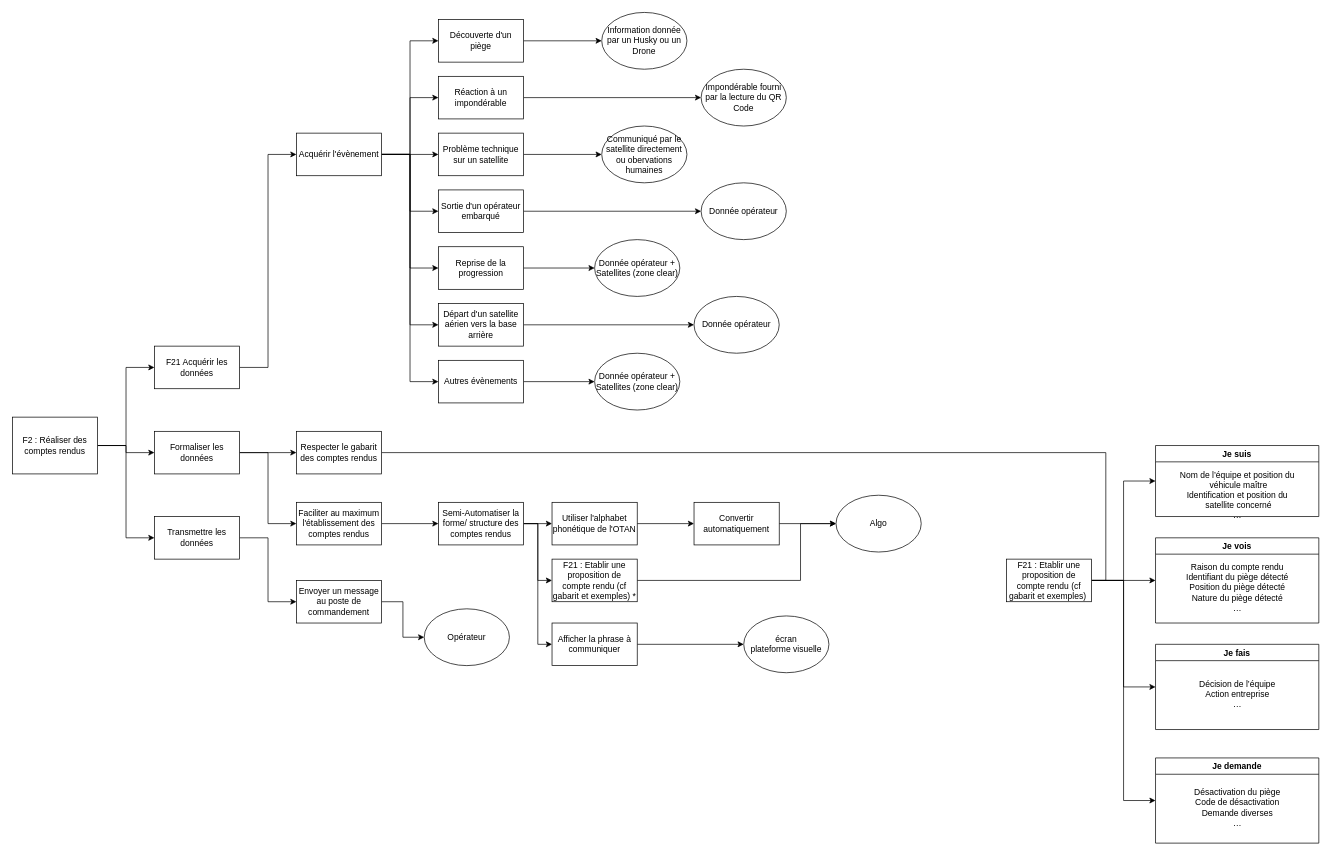
annieliu52/CoHoMa keeps this draw.io diagram as Diagrammes/F21.drawio. Above is the earlier version. Source tidied: cells renumbered, new cells numbered last; positions are measured from the earlier drawing's top-left corner, leaving out a move shared by most shapes. Both pictures are drawn from the tidied source at 71%, with x=0, y=0 at pixel (12, 12).
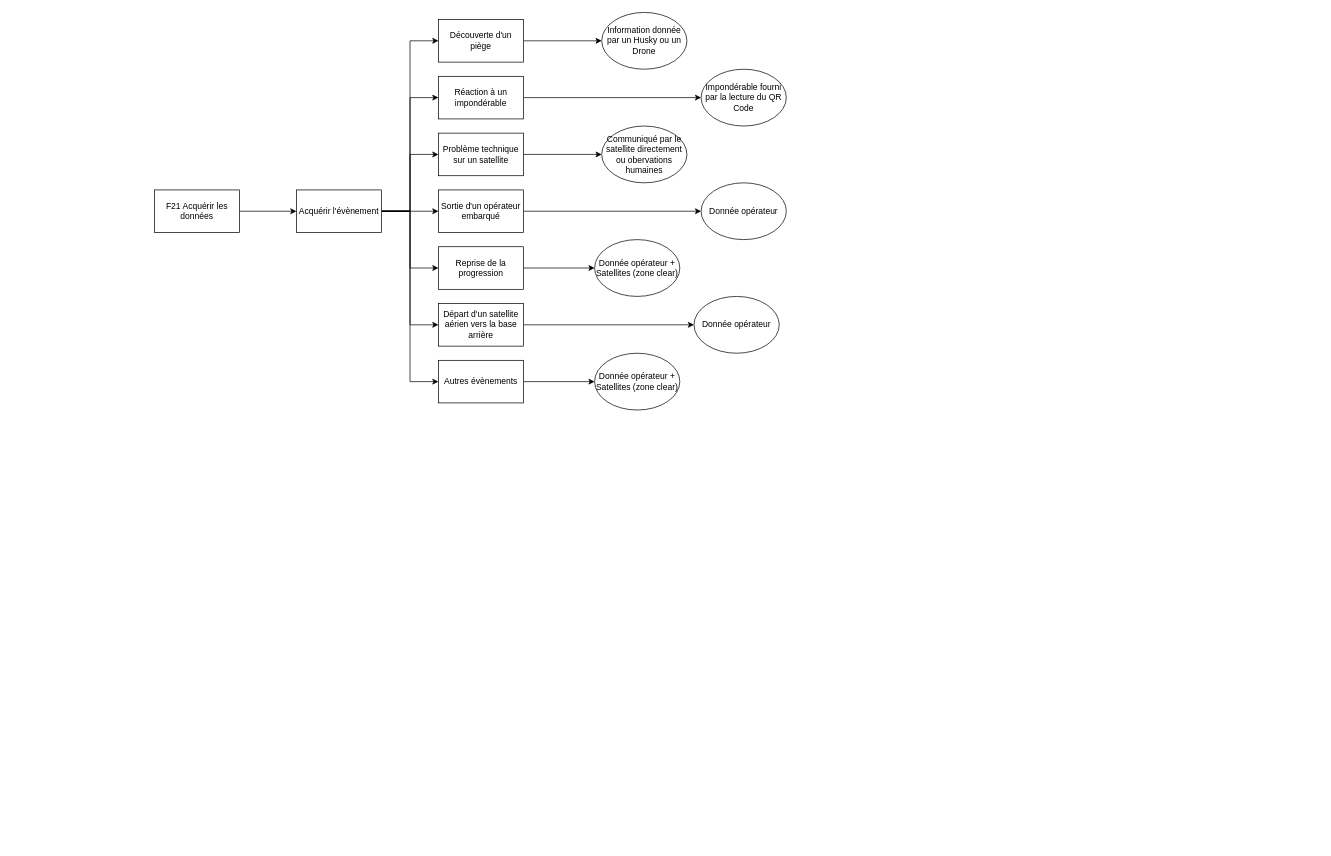
The same diagram, later.

What changed in the source:
```diff
@@
-    <mxCell id="2" style="edgeStyle=orthogonalEdgeStyle;rounded=0;jettySize=auto;html=1;exitX=1;exitY=0.5;exitDx=0;exitDy=0;entryX=0;entryY=0.5;entryDx=0;entryDy=0;" parent="1" edge="1" source="5" target="7">
-      <mxGeometry relative="1" as="geometry" />
-    </mxCell>
-    <mxCell id="3" style="edgeStyle=orthogonalEdgeStyle;rounded=0;jettySize=auto;html=1;exitX=1;exitY=0.5;exitDx=0;exitDy=0;entryX=0;entryY=0.5;entryDx=0;entryDy=0;" parent="1" edge="1" source="5" target="10">
-      <mxGeometry relative="1" as="geometry" />
-    </mxCell>
-    <mxCell id="4" style="edgeStyle=orthogonalEdgeStyle;rounded=0;jettySize=auto;html=1;exitX=1;exitY=0.5;exitDx=0;exitDy=0;entryX=0;entryY=0.5;entryDx=0;entryDy=0;" parent="1" edge="1" source="5" target="12">
-      <mxGeometry relative="1" as="geometry" />
-    </mxCell>
-    <mxCell id="5" value="F2 : Réaliser des comptes rendus" style="rounded=0;whiteSpace=wrap;html=1;" parent="1" vertex="1">
-      <mxGeometry y="570" width="120" height="80" as="geometry" />
-    </mxCell>
@@
     <mxCell id="7" value="F21 Acquérir les données" style="rounded=0;whiteSpace=wrap;html=1;" parent="1" vertex="1">
-      <mxGeometry x="200" y="470" width="120" height="60" as="geometry" />
+      <mxGeometry x="200" y="250" width="120" height="60" as="geometry" />
     </mxCell>
-    <mxCell id="8" style="edgeStyle=orthogonalEdgeStyle;rounded=0;jettySize=auto;html=1;exitX=1;exitY=0.5;exitDx=0;exitDy=0;entryX=0;entryY=0.5;entryDx=0;entryDy=0;" parent="1" edge="1" source="10" target="14">
-      <mxGeometry relative="1" as="geometry" />
-    </mxCell>
-    <mxCell id="9" style="edgeStyle=orthogonalEdgeStyle;rounded=0;jettySize=auto;html=1;exitX=1;exitY=0.5;exitDx=0;exitDy=0;entryX=0;entryY=0.5;entryDx=0;entryDy=0;" parent="1" edge="1" source="10" target="24">
-      <mxGeometry relative="1" as="geometry" />
-    </mxCell>
-    <mxCell id="10" value="Formaliser les données" style="rounded=0;whiteSpace=wrap;html=1;" parent="1" vertex="1">
-      <mxGeometry x="200" y="590" width="120" height="60" as="geometry" />
-    </mxCell>
-    <mxCell id="11" style="edgeStyle=orthogonalEdgeStyle;rounded=0;jettySize=auto;html=1;exitX=1;exitY=0.5;exitDx=0;exitDy=0;entryX=0;entryY=0.5;entryDx=0;entryDy=0;endArrow=classic;endFill=1;" parent="1" edge="1" source="12" target="74">
-      <mxGeometry relative="1" as="geometry" />
-    </mxCell>
-    <mxCell id="12" value="Transmettre les données" style="rounded=0;whiteSpace=wrap;html=1;" parent="1" vertex="1">
-      <mxGeometry x="200" y="710" width="120" height="60" as="geometry" />
-    </mxCell>
-    <mxCell id="13" style="edgeStyle=orthogonalEdgeStyle;rounded=0;jettySize=auto;html=1;exitX=1;exitY=0.5;exitDx=0;exitDy=0;entryX=1;entryY=0.5;entryDx=0;entryDy=0;endArrow=none;endFill=0;" parent="1" edge="1" source="14" target="64">
-      <mxGeometry relative="1" as="geometry" />
-    </mxCell>
-    <mxCell id="14" value="Respecter le gabarit des comptes rendus" style="rounded=0;whiteSpace=wrap;html=1;" parent="1" vertex="1">
-      <mxGeometry x="400" y="590" width="120" height="60" as="geometry" />
-    </mxCell>
@@
     <mxCell id="22" value="Acquérir l'évènement" style="rounded=0;whiteSpace=wrap;html=1;" parent="1" vertex="1">
-      <mxGeometry x="400" y="170" width="120" height="60" as="geometry" />
+      <mxGeometry x="400" y="250" width="120" height="60" as="geometry" />
     </mxCell>
-    <mxCell id="23" style="edgeStyle=orthogonalEdgeStyle;rounded=0;jettySize=auto;html=1;exitX=1;exitY=0.5;exitDx=0;exitDy=0;entryX=0;entryY=0.5;entryDx=0;entryDy=0;" parent="1" edge="1" source="24" target="49">
-      <mxGeometry relative="1" as="geometry" />
-    </mxCell>
-    <mxCell id="24" value="Faciliter au maximum l'établissement des comptes rendus" style="rounded=0;whiteSpace=wrap;html=1;" parent="1" vertex="1">
-      <mxGeometry x="400" y="690" width="120" height="60" as="geometry" />
-    </mxCell>
@@
-    <mxCell id="46" style="edgeStyle=orthogonalEdgeStyle;rounded=0;jettySize=auto;html=1;exitX=1;exitY=0.5;exitDx=0;exitDy=0;entryX=0;entryY=0.5;entryDx=0;entryDy=0;" parent="1" edge="1" source="49" target="51">
-      <mxGeometry relative="1" as="geometry" />
-    </mxCell>
-    <mxCell id="47" style="edgeStyle=orthogonalEdgeStyle;rounded=0;jettySize=auto;html=1;exitX=1;exitY=0.5;exitDx=0;exitDy=0;entryX=0;entryY=0.5;entryDx=0;entryDy=0;" parent="1" edge="1" source="49" target="53">
-      <mxGeometry relative="1" as="geometry" />
-    </mxCell>
-    <mxCell id="48" style="edgeStyle=orthogonalEdgeStyle;rounded=0;jettySize=auto;html=1;exitX=1;exitY=0.5;exitDx=0;exitDy=0;entryX=0;entryY=0.5;entryDx=0;entryDy=0;" parent="1" edge="1" source="49" target="55">
-      <mxGeometry relative="1" as="geometry" />
-    </mxCell>
-    <mxCell id="49" value="Semi-Automatiser la forme/ structure des comptes rendus" style="rounded=0;whiteSpace=wrap;html=1;" parent="1" vertex="1">
-      <mxGeometry x="600" y="690" width="120" height="60" as="geometry" />
-    </mxCell>
-    <mxCell id="50" style="edgeStyle=orthogonalEdgeStyle;rounded=0;jettySize=auto;html=1;exitX=1;exitY=0.5;exitDx=0;exitDy=0;entryX=0;entryY=0.5;entryDx=0;entryDy=0;" parent="1" edge="1" source="51" target="58">
-      <mxGeometry relative="1" as="geometry" />
-    </mxCell>
-    <mxCell id="51" value="Utiliser l'alphabet phonétique de l'OTAN" style="rounded=0;whiteSpace=wrap;html=1;" parent="1" vertex="1">
-      <mxGeometry x="760" y="690" width="120" height="60" as="geometry" />
-    </mxCell>
-    <mxCell id="52" style="edgeStyle=orthogonalEdgeStyle;rounded=0;jettySize=auto;html=1;exitX=1;exitY=0.5;exitDx=0;exitDy=0;entryX=0;entryY=0.5;entryDx=0;entryDy=0;" parent="1" edge="1" source="53" target="59">
-      <mxGeometry relative="1" as="geometry">
-        <Array as="points">
-          <mxPoint x="1110" y="800" />
-          <mxPoint x="1110" y="720" />
-        </Array>
-      </mxGeometry>
-    </mxCell>
-    <mxCell id="53" value="F21 : Etablir une proposition de compte rendu (cf gabarit et exemples) *" style="rounded=0;whiteSpace=wrap;html=1;" parent="1" vertex="1">
-      <mxGeometry x="760" y="770" width="120" height="60" as="geometry" />
-    </mxCell>
-    <mxCell id="54" style="edgeStyle=orthogonalEdgeStyle;rounded=0;jettySize=auto;html=1;exitX=1;exitY=0.5;exitDx=0;exitDy=0;entryX=0;entryY=0.5;entryDx=0;entryDy=0;" parent="1" edge="1" source="55" target="56">
-      <mxGeometry relative="1" as="geometry" />
-    </mxCell>
-    <mxCell id="55" value="Afficher la phrase à communiquer" style="rounded=0;whiteSpace=wrap;html=1;" parent="1" vertex="1">
-      <mxGeometry x="760" y="860" width="120" height="60" as="geometry" />
-    </mxCell>
-    <mxCell id="56" value="écran&lt;br&gt;plateforme visuelle" style="ellipse;whiteSpace=wrap;html=1;" parent="1" vertex="1">
-      <mxGeometry x="1030" y="850" width="120" height="80" as="geometry" />
-    </mxCell>
-    <mxCell id="57" style="edgeStyle=orthogonalEdgeStyle;rounded=0;jettySize=auto;html=1;exitX=1;exitY=0.5;exitDx=0;exitDy=0;entryX=0;entryY=0.5;entryDx=0;entryDy=0;" parent="1" edge="1" source="58" target="59">
-      <mxGeometry relative="1" as="geometry" />
-    </mxCell>
-    <mxCell id="58" value="Convertir automatiquement" style="rounded=0;whiteSpace=wrap;html=1;" parent="1" vertex="1">
-      <mxGeometry x="960" y="690" width="120" height="60" as="geometry" />
-    </mxCell>
-    <mxCell id="59" value="Algo" style="ellipse;whiteSpace=wrap;html=1;" parent="1" vertex="1">
-      <mxGeometry x="1160" y="680" width="120" height="80" as="geometry" />
-    </mxCell>
-    <mxCell id="60" style="edgeStyle=orthogonalEdgeStyle;rounded=0;jettySize=auto;html=1;exitX=1;exitY=0.5;exitDx=0;exitDy=0;entryX=0;entryY=0.5;entryDx=0;entryDy=0;" parent="1" edge="1" source="64" target="65">
-      <mxGeometry relative="1" as="geometry" />
-    </mxCell>
-    <mxCell id="61" style="edgeStyle=orthogonalEdgeStyle;rounded=0;jettySize=auto;html=1;exitX=1;exitY=0.5;exitDx=0;exitDy=0;entryX=0;entryY=0.5;entryDx=0;entryDy=0;" parent="1" edge="1" source="64" target="67">
-      <mxGeometry relative="1" as="geometry" />
-    </mxCell>
-    <mxCell id="62" style="edgeStyle=orthogonalEdgeStyle;rounded=0;jettySize=auto;html=1;exitX=1;exitY=0.5;exitDx=0;exitDy=0;entryX=0;entryY=0.5;entryDx=0;entryDy=0;" parent="1" edge="1" source="64" target="69">
-      <mxGeometry relative="1" as="geometry" />
-    </mxCell>
-    <mxCell id="63" style="edgeStyle=orthogonalEdgeStyle;rounded=0;jettySize=auto;html=1;exitX=1;exitY=0.5;exitDx=0;exitDy=0;entryX=0;entryY=0.5;entryDx=0;entryDy=0;" parent="1" edge="1" source="64" target="71">
-      <mxGeometry relative="1" as="geometry" />
-    </mxCell>
-    <mxCell id="64" value="F21 : Etablir une proposition de compte rendu (cf gabarit et exemples)&amp;nbsp;" style="rounded=0;whiteSpace=wrap;html=1;" parent="1" vertex="1">
-      <mxGeometry x="1400" y="770" width="120" height="60" as="geometry" />
-    </mxCell>
-    <mxCell id="65" value="Je suis" style="swimlane;" parent="1" vertex="1">
-      <mxGeometry x="1610" y="610" width="230" height="100" as="geometry" />
-    </mxCell>
-    <mxCell id="66" value="Nom de l’équipe et position du&lt;br&gt;&amp;nbsp;véhicule maître&lt;br&gt;Identification et position du&lt;br&gt;&amp;nbsp;satellite concerné &lt;br&gt;…" style="text;html=1;align=center;verticalAlign=middle;strokeColor=none;fillColor=none;" parent="65" vertex="1">
-      <mxGeometry x="25" y="30" width="180" height="80" as="geometry" />
-    </mxCell>
-    <mxCell id="67" value="Je vois" style="swimlane;" parent="1" vertex="1">
-      <mxGeometry x="1610" y="740" width="230" height="120" as="geometry" />
-    </mxCell>
-    <mxCell id="68" value="Raison du compte rendu&lt;br&gt;Identifiant du piège détecté&lt;br&gt;Position du piège détecté&lt;br&gt;Nature du piège détecté&lt;br&gt;…" style="text;html=1;align=center;verticalAlign=middle;strokeColor=none;fillColor=none;" parent="67" vertex="1">
-      <mxGeometry x="35" y="30" width="160" height="80" as="geometry" />
-    </mxCell>
-    <mxCell id="69" value="Je fais" style="swimlane;" parent="1" vertex="1">
-      <mxGeometry x="1610" y="890" width="230" height="120" as="geometry" />
-    </mxCell>
-    <mxCell id="70" value="Décision de l’équipe&lt;br&gt;Action entreprise&lt;br&gt;…" style="text;html=1;align=center;verticalAlign=middle;strokeColor=none;fillColor=none;" parent="69" vertex="1">
-      <mxGeometry x="55" y="45" width="120" height="50" as="geometry" />
-    </mxCell>
-    <mxCell id="71" value="Je demande" style="swimlane;" parent="1" vertex="1">
-      <mxGeometry x="1610" y="1050" width="230" height="120" as="geometry" />
-    </mxCell>
-    <mxCell id="72" value="Désactivation du piège&lt;br/&gt;Code de désactivation&lt;br/&gt;Demande diverses&lt;br/&gt;…" style="text;html=1;align=center;verticalAlign=middle;strokeColor=none;fillColor=none;" parent="71" vertex="1">
-      <mxGeometry x="45" y="40" width="140" height="60" as="geometry" />
-    </mxCell>
-    <mxCell id="73" style="edgeStyle=orthogonalEdgeStyle;rounded=0;jettySize=auto;html=1;exitX=1;exitY=0.5;exitDx=0;exitDy=0;entryX=0;entryY=0.5;entryDx=0;entryDy=0;endArrow=classic;endFill=1;" parent="1" edge="1" source="74" target="75">
-      <mxGeometry relative="1" as="geometry" />
-    </mxCell>
-    <mxCell id="74" value="Envoyer un message au poste de commandement" style="rounded=0;whiteSpace=wrap;html=1;" parent="1" vertex="1">
-      <mxGeometry x="400" y="800" width="120" height="60" as="geometry" />
-    </mxCell>
-    <mxCell id="75" value="Opérateur" style="ellipse;whiteSpace=wrap;html=1;" parent="1" vertex="1">
-      <mxGeometry x="580" y="840" width="120" height="80" as="geometry" />
-    </mxCell>
```
